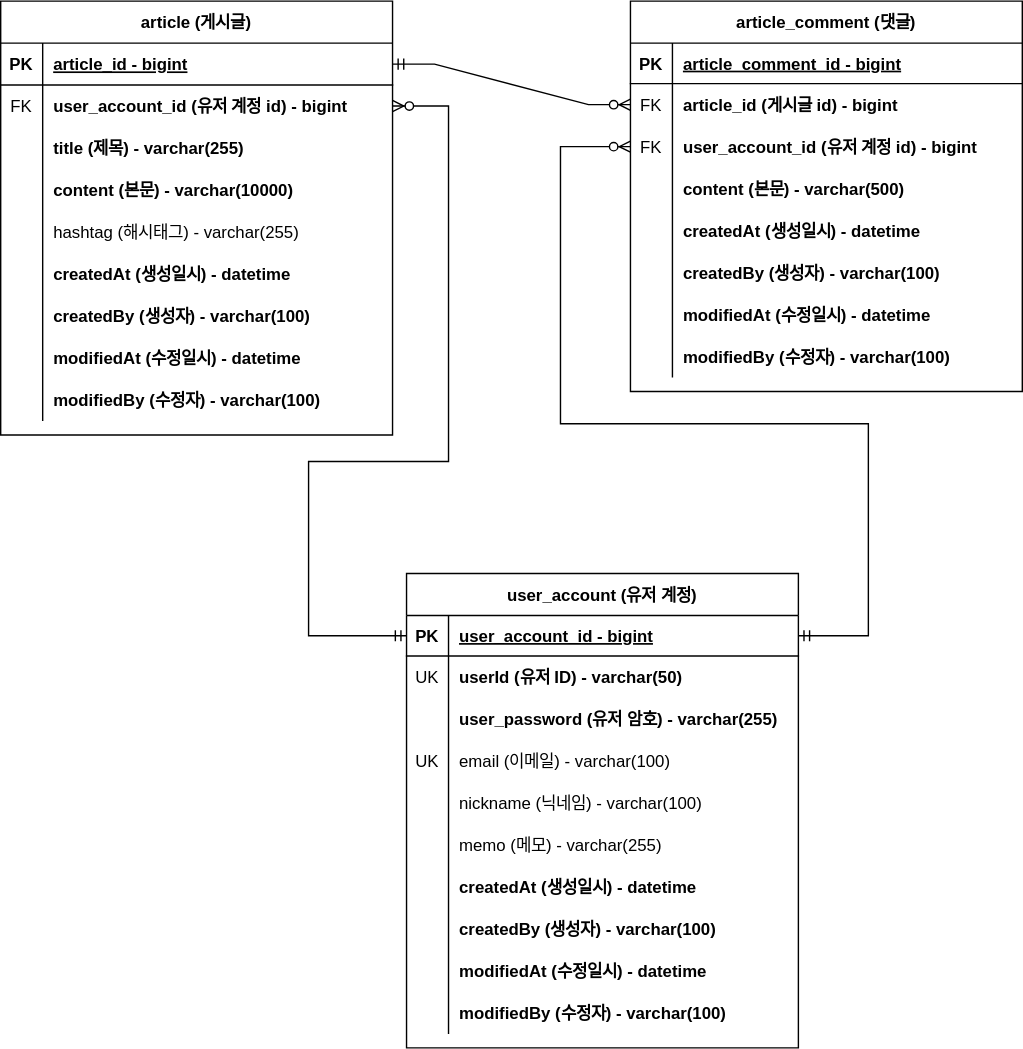
JadeKim042386/project-board keeps this draw.io diagram as doc/project-board-erd.svg. Above is the earlier version. Source tidied: cells renumbered, new cells last; positions are measured from the earlier drawing's top-left corner, leaving out a move shared by most shapes.
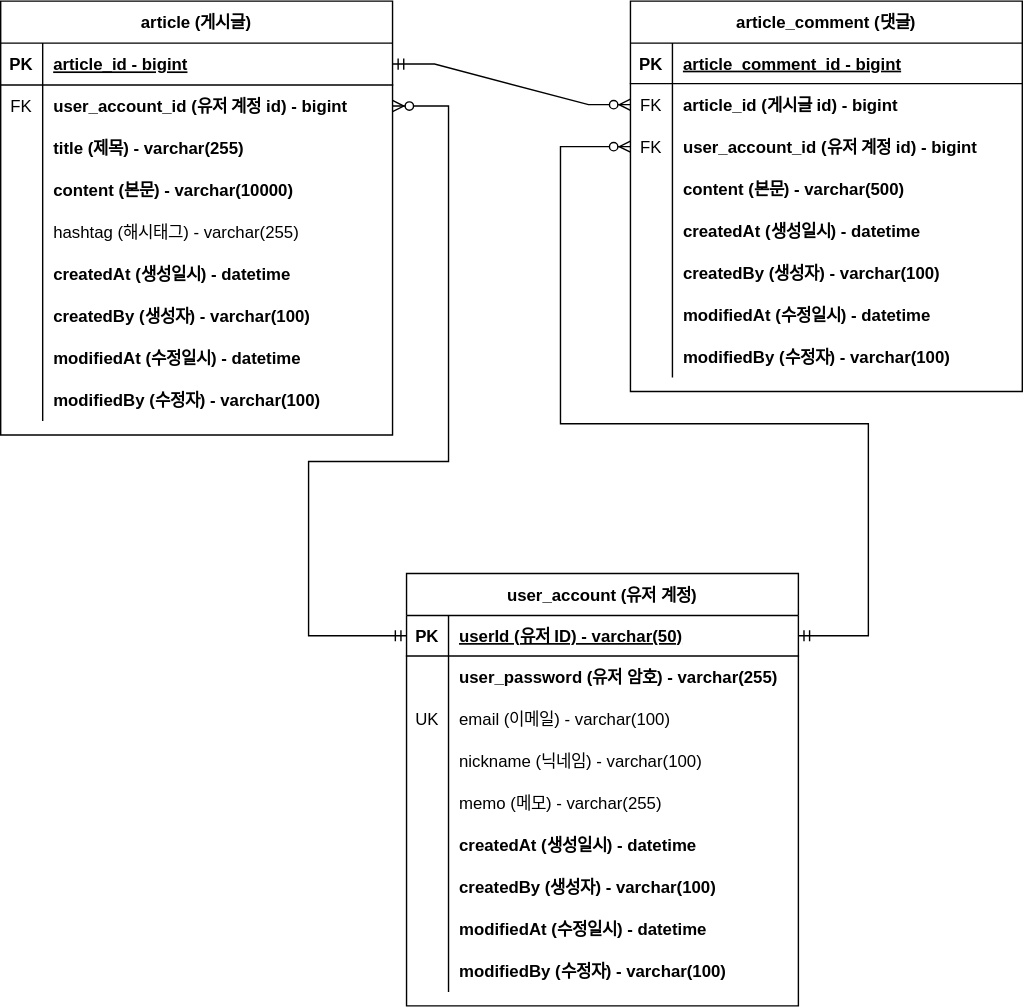
The same file after the commit.

Commit message:
doc: user_account의 userId를 PK로 변경 #41

The edit, as a diff of the source:
```diff
@@ -165,7 +165,7 @@
       <mxGeometry relative="1" as="geometry" />
     </mxCell>
     <mxCell id="56" value="user_account (유저 계정)" style="shape=table;startSize=30;rowLines=0;fontStyle=1;align=center;" parent="1" vertex="1">
-      <mxGeometry x="290" y="409" width="280" height="339" as="geometry" />
+      <mxGeometry x="290" y="409" width="280" height="309" as="geometry" />
     </mxCell>
     <mxCell id="57" style="shape=partialRectangle;fillColor=none;points=[[0,0.5],[1,0.5]];portConstraint=eastwest;top=0;left=0;right=0;bottom=1;" parent="56" vertex="1">
       <mxGeometry y="30" width="280" height="29" as="geometry" />
@@ -173,20 +173,11 @@
     <mxCell id="58" value="PK" style="shape=partialRectangle;overflow=hidden;fillColor=none;top=0;left=0;bottom=0;right=0;fontStyle=1;" parent="57" vertex="1">
       <mxGeometry width="30" height="29" as="geometry" />
     </mxCell>
-    <mxCell id="59" value="user_account_id - bigint" style="shape=partialRectangle;overflow=hidden;fillColor=none;top=0;left=0;bottom=0;right=0;align=left;spacingLeft=6;fontStyle=5;" parent="57" vertex="1">
+    <mxCell id="59" value="userId (유저 ID) - varchar(50)" style="shape=partialRectangle;overflow=hidden;fillColor=none;top=0;left=0;bottom=0;right=0;align=left;spacingLeft=6;fontStyle=5;" parent="57" vertex="1">
       <mxGeometry x="30" width="250" height="29" as="geometry" />
     </mxCell>
-    <mxCell id="60" style="shape=partialRectangle;fillColor=none;top=0;left=0;right=0;bottom=0;" parent="56" vertex="1">
-      <mxGeometry y="59" width="280" height="30" as="geometry" />
-    </mxCell>
-    <mxCell id="61" value="UK" style="shape=partialRectangle;overflow=hidden;fillColor=none;top=0;left=0;bottom=0;right=0;" parent="60" vertex="1">
-      <mxGeometry width="30" height="30" as="geometry" />
-    </mxCell>
-    <mxCell id="62" value="userId (유저 ID) - varchar(50)" style="shape=partialRectangle;overflow=hidden;fillColor=none;top=0;left=0;bottom=0;right=0;align=left;spacingLeft=6;fontStyle=1;" parent="60" vertex="1">
-      <mxGeometry x="30" width="250" height="30" as="geometry" />
-    </mxCell>
     <mxCell id="63" style="shape=partialRectangle;fillColor=none;top=0;left=0;right=0;bottom=0;" parent="56" vertex="1">
-      <mxGeometry y="89" width="280" height="30" as="geometry" />
+      <mxGeometry y="59" width="280" height="30" as="geometry" />
     </mxCell>
     <mxCell id="64" style="shape=partialRectangle;overflow=hidden;fillColor=none;top=0;left=0;bottom=0;right=0;" parent="63" vertex="1">
       <mxGeometry width="30" height="30" as="geometry" />
@@ -195,7 +186,7 @@
       <mxGeometry x="30" width="250" height="30" as="geometry" />
     </mxCell>
     <mxCell id="66" style="shape=partialRectangle;fillColor=none;top=0;left=0;right=0;bottom=0;" parent="56" vertex="1">
-      <mxGeometry y="119" width="280" height="30" as="geometry" />
+      <mxGeometry y="89" width="280" height="30" as="geometry" />
     </mxCell>
     <mxCell id="67" value="UK" style="shape=partialRectangle;overflow=hidden;fillColor=none;top=0;left=0;bottom=0;right=0;" parent="66" vertex="1">
       <mxGeometry width="30" height="30" as="geometry" />
@@ -204,7 +195,7 @@
       <mxGeometry x="30" width="250" height="30" as="geometry" />
     </mxCell>
     <mxCell id="69" style="shape=partialRectangle;fillColor=none;top=0;left=0;right=0;bottom=0;" parent="56" vertex="1">
-      <mxGeometry y="149" width="280" height="30" as="geometry" />
+      <mxGeometry y="119" width="280" height="30" as="geometry" />
     </mxCell>
     <mxCell id="70" style="shape=partialRectangle;overflow=hidden;fillColor=none;top=0;left=0;bottom=0;right=0;" parent="69" vertex="1">
       <mxGeometry width="30" height="30" as="geometry" />
@@ -213,7 +204,7 @@
       <mxGeometry x="30" width="250" height="30" as="geometry" />
     </mxCell>
     <mxCell id="72" style="shape=partialRectangle;fillColor=none;top=0;left=0;right=0;bottom=0;" parent="56" vertex="1">
-      <mxGeometry y="179" width="280" height="30" as="geometry" />
+      <mxGeometry y="149" width="280" height="30" as="geometry" />
     </mxCell>
     <mxCell id="73" style="shape=partialRectangle;overflow=hidden;fillColor=none;top=0;left=0;bottom=0;right=0;" parent="72" vertex="1">
       <mxGeometry width="30" height="30" as="geometry" />
@@ -222,7 +213,7 @@
       <mxGeometry x="30" width="250" height="30" as="geometry" />
     </mxCell>
     <mxCell id="75" style="shape=partialRectangle;fillColor=none;top=0;left=0;right=0;bottom=0;" parent="56" vertex="1">
-      <mxGeometry y="209" width="280" height="30" as="geometry" />
+      <mxGeometry y="179" width="280" height="30" as="geometry" />
     </mxCell>
     <mxCell id="76" style="shape=partialRectangle;overflow=hidden;fillColor=none;top=0;left=0;bottom=0;right=0;" parent="75" vertex="1">
       <mxGeometry width="30" height="30" as="geometry" />
@@ -231,7 +222,7 @@
       <mxGeometry x="30" width="250" height="30" as="geometry" />
     </mxCell>
     <mxCell id="78" style="shape=partialRectangle;fillColor=none;top=0;left=0;right=0;bottom=0;" parent="56" vertex="1">
-      <mxGeometry y="239" width="280" height="30" as="geometry" />
+      <mxGeometry y="209" width="280" height="30" as="geometry" />
     </mxCell>
     <mxCell id="79" style="shape=partialRectangle;overflow=hidden;fillColor=none;top=0;left=0;bottom=0;right=0;" parent="78" vertex="1">
       <mxGeometry width="30" height="30" as="geometry" />
@@ -240,7 +231,7 @@
       <mxGeometry x="30" width="250" height="30" as="geometry" />
     </mxCell>
     <mxCell id="81" style="shape=partialRectangle;fillColor=none;top=0;left=0;right=0;bottom=0;" parent="56" vertex="1">
-      <mxGeometry y="269" width="280" height="30" as="geometry" />
+      <mxGeometry y="239" width="280" height="30" as="geometry" />
     </mxCell>
     <mxCell id="82" style="shape=partialRectangle;overflow=hidden;fillColor=none;top=0;left=0;bottom=0;right=0;" parent="81" vertex="1">
       <mxGeometry width="30" height="30" as="geometry" />
@@ -249,7 +240,7 @@
       <mxGeometry x="30" width="250" height="30" as="geometry" />
     </mxCell>
     <mxCell id="84" style="shape=partialRectangle;fillColor=none;top=0;left=0;right=0;bottom=0;" parent="56" vertex="1">
-      <mxGeometry y="299" width="280" height="30" as="geometry" />
+      <mxGeometry y="269" width="280" height="30" as="geometry" />
     </mxCell>
     <mxCell id="85" style="shape=partialRectangle;overflow=hidden;fillColor=none;top=0;left=0;bottom=0;right=0;" parent="84" vertex="1">
       <mxGeometry width="30" height="30" as="geometry" />
```
